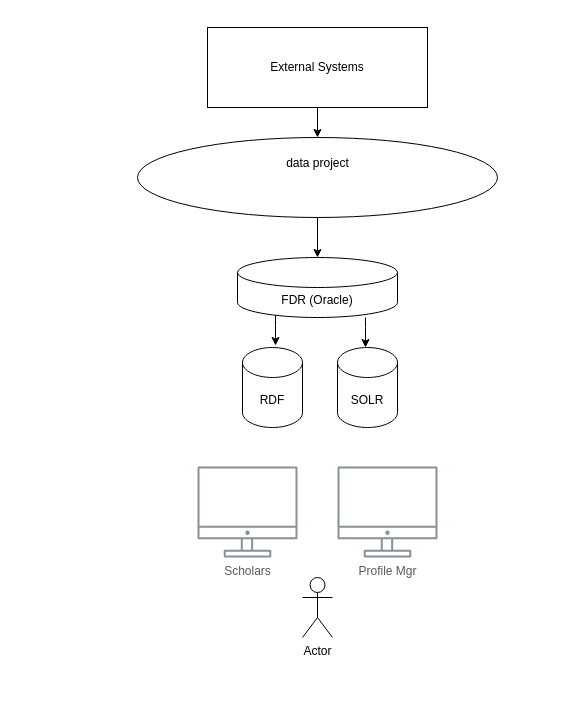
The draw.io diagram Untitled Diagram.drawio in tibbs001/scholars, before the edit. Source tidied: cells renumbered, new cells numbered last; positions are measured from the earlier drawing's top-left corner, leaving out a move shared by most shapes. Both pictures are drawn from the tidied source at 100%, with x=0, y=0 at pixel (137, 27).
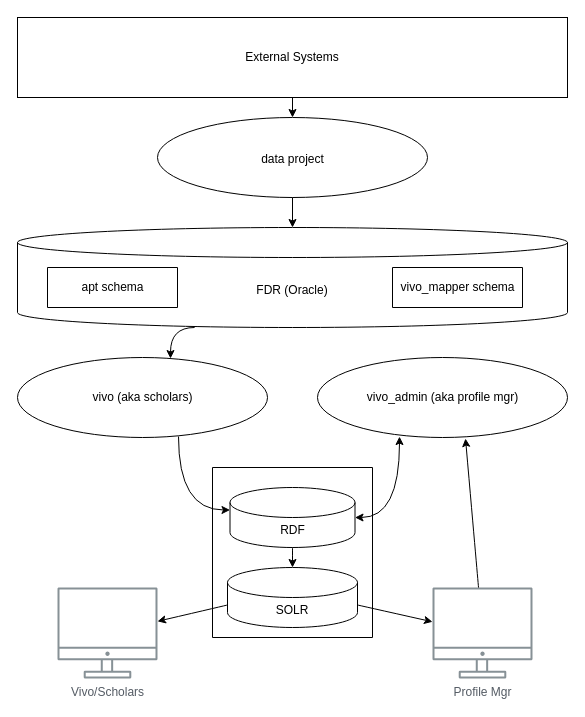
After the change.

Diff of the diagram source:
```diff
@@
-    <mxCell id="2" style="edgeStyle=orthogonalEdgeStyle;rounded=0;jettySize=auto;html=1;" parent="1" edge="1" source="3" target="11">
-      <mxGeometry relative="1" as="geometry" />
-    </mxCell>
-    <mxCell id="3" value="&lt;div&gt;data project&lt;/div&gt;&lt;div&gt;&lt;br&gt;&lt;br&gt;&lt;/div&gt;" style="verticalLabelPosition=middle;verticalAlign=middle;html=1;shape=mxgraph.flowchart.on-page_reference;fontStyle=0;horizontal=1;labelPosition=center;align=center;" parent="1" vertex="1">
-      <mxGeometry y="110" width="360" height="80" as="geometry" />
+    <mxCell id="3" value="&lt;div&gt;data project&lt;/div&gt;&lt;div&gt;&lt;br&gt;&lt;br&gt;&lt;/div&gt;" style="verticalLabelPosition=middle;verticalAlign=bottom;html=1;shape=mxgraph.flowchart.on-page_reference;fontStyle=0;horizontal=1;labelPosition=center;align=center;" parent="1" vertex="1">
+      <mxGeometry x="20" y="90" width="270" height="80" as="geometry" />
     </mxCell>
@@
     <mxCell id="5" value="External Systems" style="rounded=0;whiteSpace=wrap;html=1;" parent="1" vertex="1">
-      <mxGeometry x="70" width="220" height="80" as="geometry" />
+      <mxGeometry x="-120" y="-10" width="550" height="80" as="geometry" />
     </mxCell>
-    <mxCell id="6" value="RDF" style="shape=cylinder3;whiteSpace=wrap;html=1;boundedLbl=1;backgroundOutline=1;size=15;" parent="1" vertex="1">
-      <mxGeometry x="105" y="320" width="60" height="80" as="geometry" />
-    </mxCell>
-    <mxCell id="7" value="SOLR" style="shape=cylinder3;whiteSpace=wrap;html=1;boundedLbl=1;backgroundOutline=1;size=15;" parent="1" vertex="1">
-      <mxGeometry x="200" y="320" width="60" height="80" as="geometry" />
-    </mxCell>
-    <mxCell id="8" value="Actor" style="shape=umlActor;verticalLabelPosition=bottom;verticalAlign=top;html=1;" parent="1" vertex="1">
-      <mxGeometry x="165" y="550" width="30" height="60" as="geometry" />
-    </mxCell>
-    <mxCell id="9" value="Scholars" style="sketch=0;outlineConnect=0;gradientColor=none;fontColor=#545B64;strokeColor=none;fillColor=#879196;dashed=0;verticalLabelPosition=bottom;verticalAlign=top;align=center;html=1;fontSize=12;fontStyle=0;shape=mxgraph.aws4.illustration_desktop;" parent="1" vertex="1">
-      <mxGeometry x="60" y="439" width="100" height="91" as="geometry" />
+    <mxCell id="9" value="Vivo/Scholars" style="sketch=0;outlineConnect=0;gradientColor=none;fontColor=#545B64;strokeColor=none;fillColor=#879196;dashed=0;verticalLabelPosition=bottom;verticalAlign=top;align=center;html=1;fontSize=12;fontStyle=0;shape=mxgraph.aws4.illustration_desktop;" parent="1" vertex="1">
+      <mxGeometry x="-80" y="560" width="100" height="91" as="geometry" />
     </mxCell>
     <mxCell id="10" value="Profile Mgr" style="sketch=0;outlineConnect=0;gradientColor=none;fontColor=#545B64;strokeColor=none;fillColor=#879196;dashed=0;verticalLabelPosition=bottom;verticalAlign=top;align=center;html=1;fontSize=12;fontStyle=0;shape=mxgraph.aws4.illustration_desktop;" parent="1" vertex="1">
-      <mxGeometry x="200" y="439" width="100" height="91" as="geometry" />
+      <mxGeometry x="295" y="560" width="100" height="91" as="geometry" />
     </mxCell>
     <mxCell id="11" value="FDR (Oracle)" style="shape=cylinder3;whiteSpace=wrap;html=1;boundedLbl=1;backgroundOutline=1;size=15;" parent="1" vertex="1">
-      <mxGeometry x="100" y="230" width="160" height="60" as="geometry" />
+      <mxGeometry x="-120" y="200" width="550" height="100" as="geometry" />
     </mxCell>
-    <mxCell id="12" style="edgeStyle=orthogonalEdgeStyle;rounded=0;orthogonalLoop=1;jettySize=auto;html=1;exitX=0.5;exitY=1;exitDx=0;exitDy=0;entryX=0.5;entryY=0;entryDx=0;entryDy=0;entryPerimeter=0;" parent="1" edge="1">
-      <mxGeometry relative="1" as="geometry">
-        <mxPoint x="138" y="288" as="sourcePoint" />
-        <mxPoint x="138" y="318" as="targetPoint" />
-        <Array as="points">
-          <mxPoint x="138" y="298" />
-          <mxPoint x="138" y="298" />
-        </Array>
-      </mxGeometry>
-    </mxCell>
-    <mxCell id="13" style="edgeStyle=orthogonalEdgeStyle;rounded=0;orthogonalLoop=1;jettySize=auto;html=1;exitX=0.5;exitY=1;exitDx=0;exitDy=0;entryX=0.5;entryY=0;entryDx=0;entryDy=0;entryPerimeter=0;" parent="1" edge="1">
-      <mxGeometry relative="1" as="geometry">
-        <mxPoint x="228" y="290" as="sourcePoint" />
-        <mxPoint x="228" y="320" as="targetPoint" />
-        <Array as="points">
-          <mxPoint x="228" y="300" />
-          <mxPoint x="228" y="300" />
-        </Array>
-      </mxGeometry>
-    </mxCell>
+    <mxCell id="14" value="vivo (aka scholars)" style="verticalLabelPosition=middle;verticalAlign=middle;html=1;shape=mxgraph.flowchart.on-page_reference;fontStyle=0;horizontal=1;labelPosition=center;align=center;" parent="1" vertex="1">
+      <mxGeometry x="-120" y="330" width="250" height="80" as="geometry" />
+    </mxCell>
+    <mxCell id="15" value="vivo_admin (aka profile mgr)" style="verticalLabelPosition=middle;verticalAlign=middle;html=1;shape=mxgraph.flowchart.on-page_reference;fontStyle=0;horizontal=1;labelPosition=center;align=center;" parent="1" vertex="1">
+      <mxGeometry x="180" y="330" width="250" height="80" as="geometry" />
+    </mxCell>
+    <mxCell id="16" style="edgeStyle=orthogonalEdgeStyle;rounded=0;jettySize=auto;html=1;exitX=0.644;exitY=0.988;exitDx=0;exitDy=0;exitPerimeter=0;entryX=0;entryY=0;entryDx=0;entryDy=22.5;entryPerimeter=0;curved=1;" parent="1" edge="1" source="14" target="6">
+      <mxGeometry relative="1" as="geometry" />
+    </mxCell>
+    <mxCell id="17" style="edgeStyle=orthogonalEdgeStyle;rounded=0;jettySize=auto;html=1;exitX=0.322;exitY=1;exitDx=0;exitDy=0;exitPerimeter=0;curved=1;entryX=0.612;entryY=0.013;entryDx=0;entryDy=0;entryPerimeter=0;" parent="1" edge="1" source="11" target="14">
+      <mxGeometry relative="1" as="geometry" />
+    </mxCell>
+    <mxCell id="2" style="edgeStyle=orthogonalEdgeStyle;rounded=0;jettySize=auto;html=1;entryX=0.5;entryY=0;entryDx=0;entryDy=0;entryPerimeter=0;exitX=0.5;exitY=1;exitDx=0;exitDy=0;exitPerimeter=0;" parent="1" edge="1" source="3" target="11">
+      <mxGeometry relative="1" as="geometry" />
+    </mxCell>
+    <mxCell id="18" value="&lt;div&gt;vivo_mapper schema&lt;/div&gt;" style="verticalLabelPosition=middle;verticalAlign=middle;html=1;shape=mxgraph.basic.rect;fillColor2=none;strokeWidth=1;size=20;indent=5;labelPosition=center;align=center;" parent="1" vertex="1">
+      <mxGeometry x="255" y="240" width="130" height="40" as="geometry" />
+    </mxCell>
+    <mxCell id="19" value="&lt;div&gt;apt schema&lt;/div&gt;" style="verticalLabelPosition=middle;verticalAlign=middle;html=1;shape=mxgraph.basic.rect;fillColor2=none;strokeWidth=1;size=20;indent=5;labelPosition=center;align=center;" parent="1" vertex="1">
+      <mxGeometry x="-90" y="240" width="130" height="40" as="geometry" />
+    </mxCell>
+    <mxCell id="20" style="endArrow=classic;startArrow=classic;html=1;rounded=0;curved=1;exitX=1;exitY=0.5;exitDx=0;exitDy=0;exitPerimeter=0;edgeStyle=orthogonalEdgeStyle;entryX=0.328;entryY=0.988;entryDx=0;entryDy=0;entryPerimeter=0;" parent="1" edge="1" source="6" target="15">
+      <mxGeometry relative="1" as="geometry" />
+    </mxCell>
+    <mxCell id="21" style="endArrow=classic;html=1;rounded=0;curved=1;exitX=0;exitY=0;exitDx=0;exitDy=37.5;exitPerimeter=0;" parent="1" edge="1" source="7" target="9">
+      <mxGeometry relative="1" as="geometry" />
+    </mxCell>
+    <mxCell id="22" style="swimlane;startSize=0;" parent="1" vertex="1">
+      <mxGeometry x="75" y="440" width="160" height="170" as="geometry" />
+    </mxCell>
+    <mxCell id="6" value="RDF" style="shape=cylinder3;whiteSpace=wrap;html=1;boundedLbl=1;backgroundOutline=1;size=15;" parent="22" vertex="1">
+      <mxGeometry x="17.5" y="20" width="125" height="60" as="geometry" />
+    </mxCell>
+    <mxCell id="7" value="SOLR" style="shape=cylinder3;whiteSpace=wrap;html=1;boundedLbl=1;backgroundOutline=1;size=15;" parent="22" vertex="1">
+      <mxGeometry x="15" y="100" width="130" height="60" as="geometry" />
+    </mxCell>
+    <mxCell id="23" style="endArrow=classic;html=1;rounded=0;curved=1;exitX=0.5;exitY=1;exitDx=0;exitDy=0;exitPerimeter=0;" parent="22" edge="1" source="6" target="7">
+      <mxGeometry relative="1" as="geometry" />
+    </mxCell>
+    <mxCell id="24" style="endArrow=classic;html=1;rounded=0;curved=1;exitX=1;exitY=0;exitDx=0;exitDy=37.5;exitPerimeter=0;" parent="1" edge="1" source="7" target="10">
+      <mxGeometry relative="1" as="geometry" />
+    </mxCell>
+    <mxCell id="25" style="endArrow=classic;html=1;rounded=0;curved=1;entryX=0.592;entryY=1.013;entryDx=0;entryDy=0;entryPerimeter=0;" parent="1" edge="1" source="10" target="15">
+      <mxGeometry relative="1" as="geometry" />
+    </mxCell>
```
